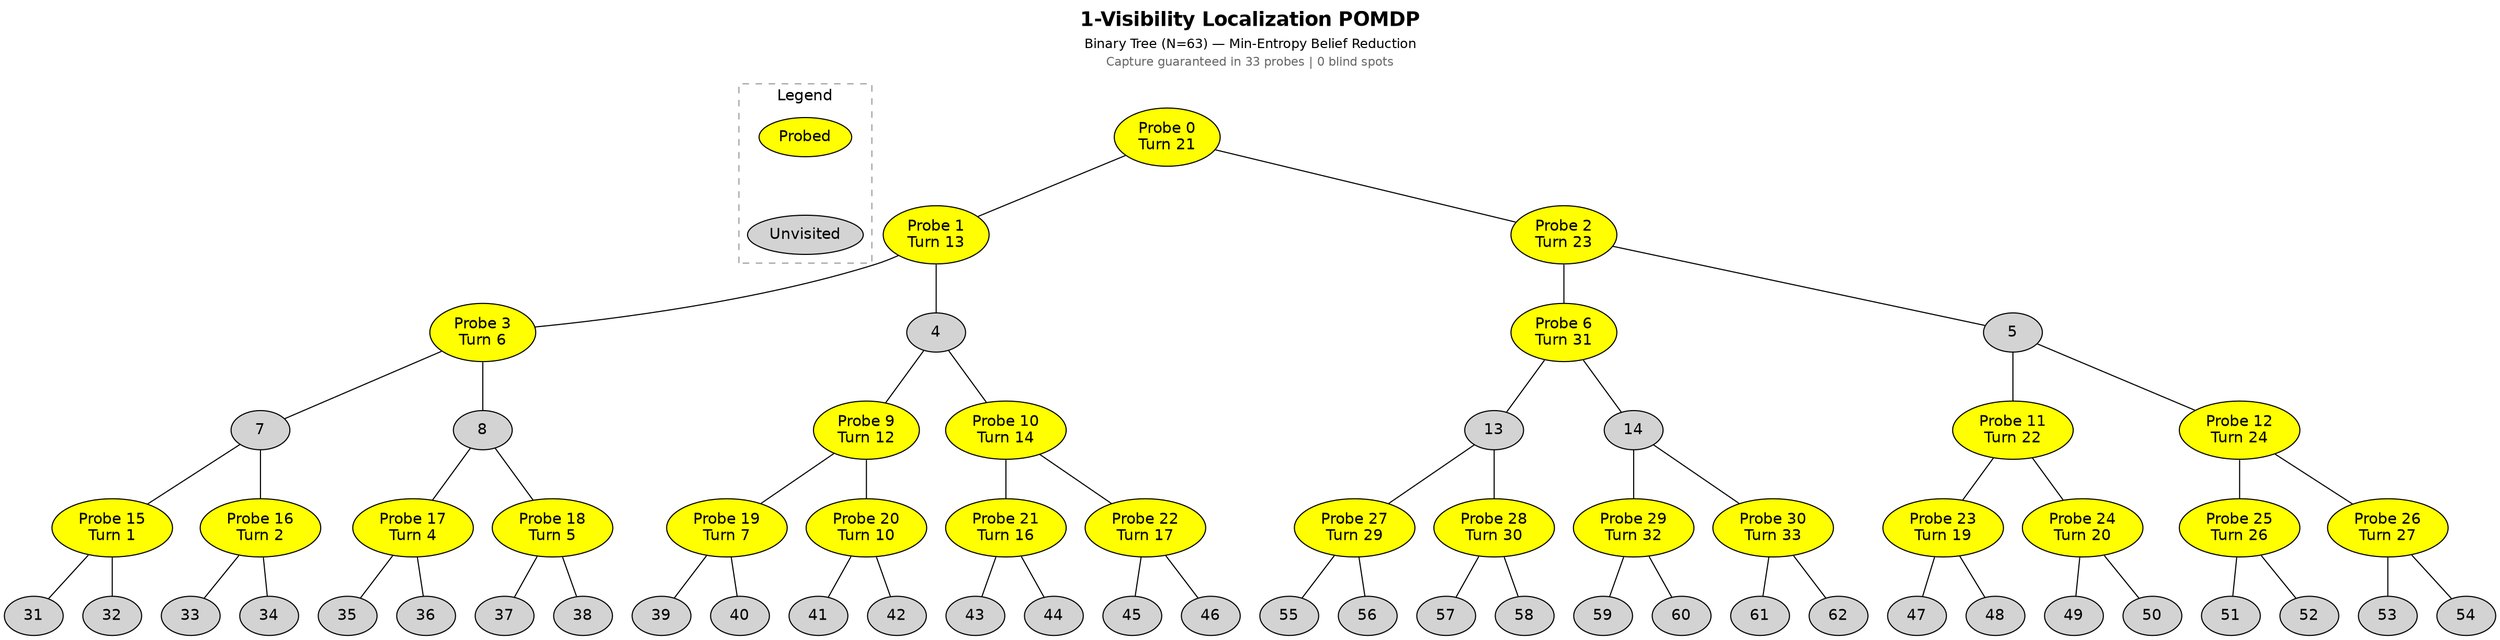
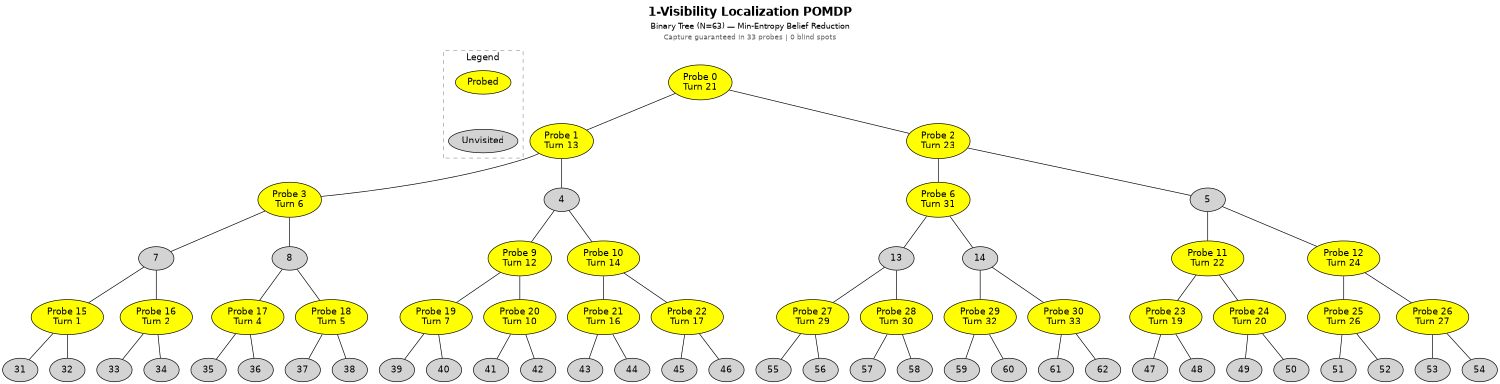
graph Surveillance {
  graph [
    label=<
      <TABLE BORDER="0" CELLSPACING="0">
        <TR><TD><B><FONT POINT-SIZE="18">1-Visibility Localization POMDP</FONT></B></TD></TR>
        <TR><TD><FONT POINT-SIZE="12">Binary Tree (N=63) — Min-Entropy Belief Reduction</FONT></TD></TR>
        <TR><TD><FONT POINT-SIZE="11" COLOR="gray40">Capture guaranteed in 33 probes | 0 blind spots</FONT></TD></TR>
      </TABLE>
    >
    labelloc=t
    fontname="Helvetica"
+     size="10,8!"
  ];
  node [fontname="Helvetica", style=filled, fillcolor=lightgrey];

  subgraph cluster_legend {
    label="Legend";
    fontname="Helvetica";
    style=dashed; color=gray60;
    leg_probe [fillcolor=yellow, label="Probed"];
    leg_unvis [fillcolor=lightgrey, label="Unvisited"];
    leg_probe -- leg_unvis [style=invis];
  }

  15 [fillcolor=yellow, label="Probe 15\nTurn 1"];
  16 [fillcolor=yellow, label="Probe 16\nTurn 2"];
  3 [fillcolor=yellow, label="Probe 3\nTurn 3"];
  17 [fillcolor=yellow, label="Probe 17\nTurn 4"];
  18 [fillcolor=yellow, label="Probe 18\nTurn 5"];
  3 [fillcolor=yellow, label="Probe 3\nTurn 6"];
  19 [fillcolor=yellow, label="Probe 19\nTurn 7"];
  1 [fillcolor=yellow, label="Probe 1\nTurn 8"];
  9 [fillcolor=yellow, label="Probe 9\nTurn 9"];
  20 [fillcolor=yellow, label="Probe 20\nTurn 10"];
  1 [fillcolor=yellow, label="Probe 1\nTurn 11"];
  9 [fillcolor=yellow, label="Probe 9\nTurn 12"];
  1 [fillcolor=yellow, label="Probe 1\nTurn 13"];
  10 [fillcolor=yellow, label="Probe 10\nTurn 14"];
  0 [fillcolor=yellow, label="Probe 0\nTurn 15"];
  21 [fillcolor=yellow, label="Probe 21\nTurn 16"];
  22 [fillcolor=yellow, label="Probe 22\nTurn 17"];
  0 [fillcolor=yellow, label="Probe 0\nTurn 18"];
  23 [fillcolor=yellow, label="Probe 23\nTurn 19"];
  24 [fillcolor=yellow, label="Probe 24\nTurn 20"];
  0 [fillcolor=yellow, label="Probe 0\nTurn 21"];
  11 [fillcolor=yellow, label="Probe 11\nTurn 22"];
  2 [fillcolor=yellow, label="Probe 2\nTurn 23"];
  12 [fillcolor=yellow, label="Probe 12\nTurn 24"];
  6 [fillcolor=yellow, label="Probe 6\nTurn 25"];
  25 [fillcolor=yellow, label="Probe 25\nTurn 26"];
  26 [fillcolor=yellow, label="Probe 26\nTurn 27"];
  6 [fillcolor=yellow, label="Probe 6\nTurn 28"];
  27 [fillcolor=yellow, label="Probe 27\nTurn 29"];
  28 [fillcolor=yellow, label="Probe 28\nTurn 30"];
  6 [fillcolor=yellow, label="Probe 6\nTurn 31"];
  29 [fillcolor=yellow, label="Probe 29\nTurn 32"];
  30 [fillcolor=yellow, label="Probe 30\nTurn 33"];
  0 -- 1;
  0 -- 2;
  1 -- 3;
  1 -- 4;
  2 -- 5;
  2 -- 6;
  3 -- 7;
  3 -- 8;
  4 -- 9;
  4 -- 10;
  5 -- 11;
  5 -- 12;
  6 -- 13;
  6 -- 14;
  7 -- 15;
  7 -- 16;
  8 -- 17;
  8 -- 18;
  9 -- 19;
  9 -- 20;
  10 -- 21;
  10 -- 22;
  11 -- 23;
  11 -- 24;
  12 -- 25;
  12 -- 26;
  13 -- 27;
  13 -- 28;
  14 -- 29;
  14 -- 30;
  15 -- 31;
  15 -- 32;
  16 -- 33;
  16 -- 34;
  17 -- 35;
  17 -- 36;
  18 -- 37;
  18 -- 38;
  19 -- 39;
  19 -- 40;
  20 -- 41;
  20 -- 42;
  21 -- 43;
  21 -- 44;
  22 -- 45;
  22 -- 46;
  23 -- 47;
  23 -- 48;
  24 -- 49;
  24 -- 50;
  25 -- 51;
  25 -- 52;
  26 -- 53;
  26 -- 54;
  27 -- 55;
  27 -- 56;
  28 -- 57;
  28 -- 58;
  29 -- 59;
  29 -- 60;
  30 -- 61;
  30 -- 62;
}
